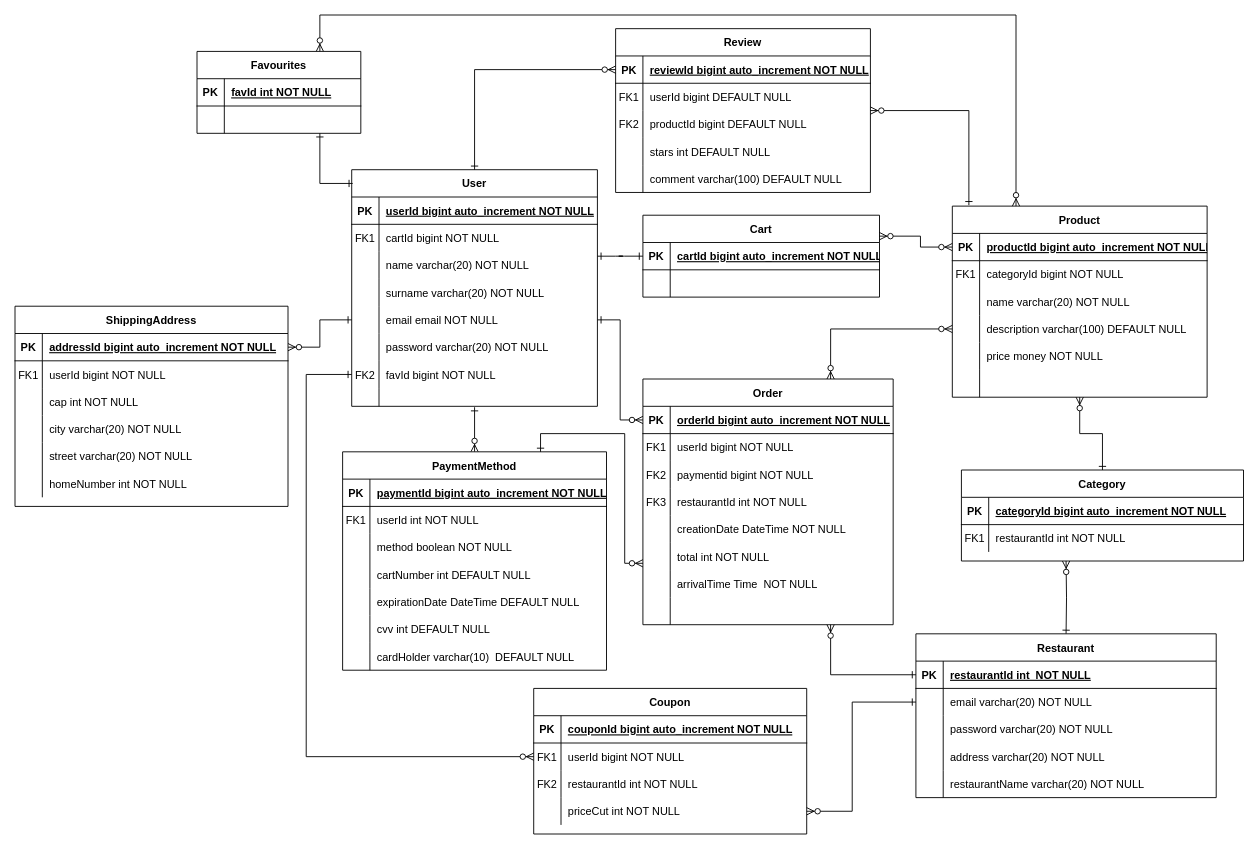
Flacaro/TasteIt keeps this draw.io diagram as documentazione/Diagrammi/Er(1).drawio. Above is the earlier version. Source tidied: cells renumbered, new cells numbered last; positions are measured from the earlier drawing's top-left corner, leaving out a move shared by most shapes. Both pictures are drawn from the tidied source at 91%, with x=0, y=0 at pixel (15, 15).
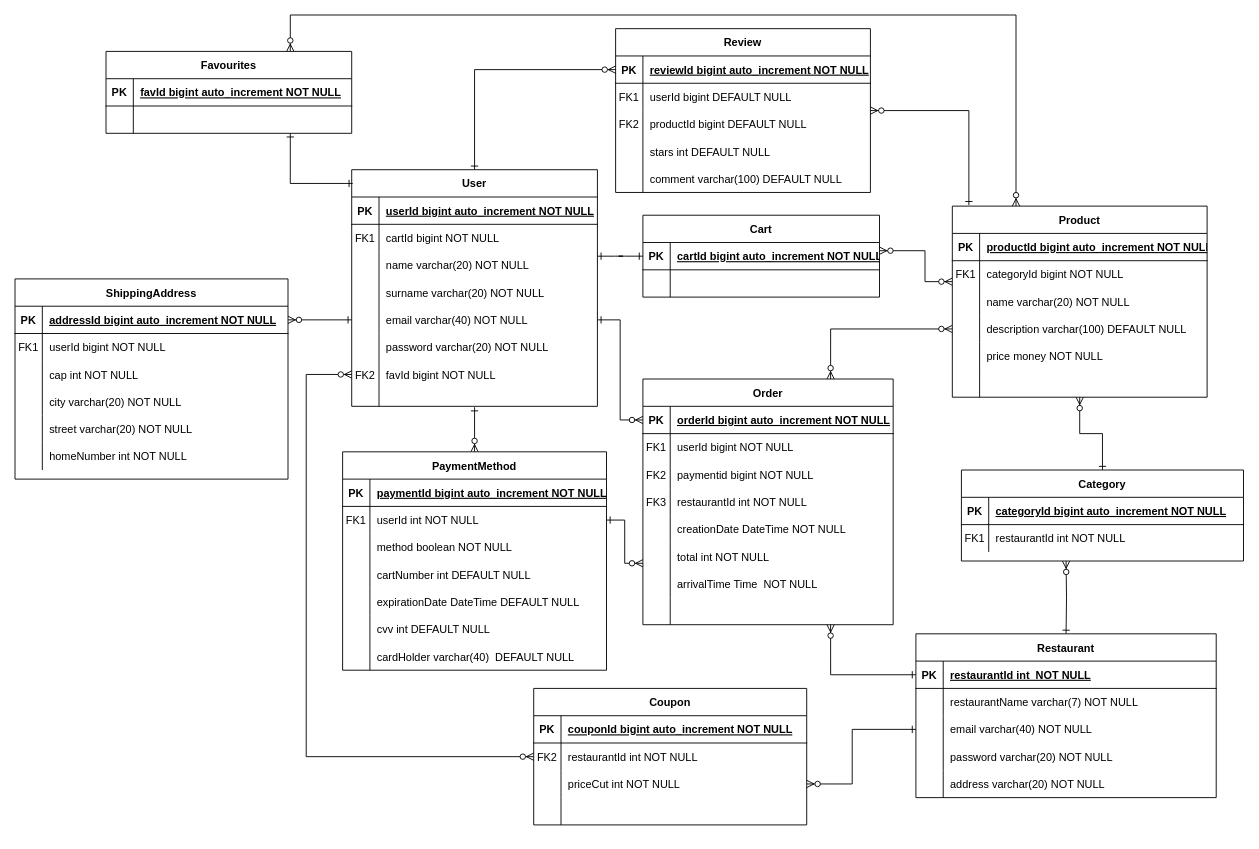
The same page after the edit.

Unchanged cells that the change refers to:
```xml
<mxCell id="3" value="User" style="shape=table;startSize=30;childLayout=tableLayout;rowLines=0;fontStyle=1;align=center;" parent="1" vertex="1">
  <mxGeometry x="370" y="170" width="270" height="260" as="geometry" />
</mxCell>
<mxCell id="16" style="shape=partialRectangle;fillColor=none;points=[[0,0.5],[1,0.5]];portConstraint=eastwest;top=0;left=0;right=0;bottom=0;" parent="3" vertex="1">
  <mxGeometry y="150" width="270" height="30" as="geometry" />
</mxCell>
<mxCell id="22" style="shape=partialRectangle;fillColor=none;points=[[0,0.5],[1,0.5]];portConstraint=eastwest;top=0;left=0;right=0;bottom=0;" parent="3" vertex="1">
  <mxGeometry y="210" width="270" height="30" as="geometry" />
</mxCell>
<mxCell id="36" value="PaymentMethod" style="shape=table;startSize=30;childLayout=tableLayout;rowLines=0;fontStyle=1;align=center;" parent="1" vertex="1">
  <mxGeometry x="360" y="480" width="290" height="240" as="geometry" />
</mxCell>
<mxCell id="40" style="shape=partialRectangle;fillColor=none;top=0;left=0;bottom=0;right=0;points=[[0,0.5],[1,0.5]];portConstraint=eastwest;" parent="36" vertex="1">
  <mxGeometry y="60" width="290" height="30" as="geometry" />
</mxCell>
<mxCell id="55" style="shape=partialRectangle;fillColor=none;top=0;left=0;bottom=0;right=0;" parent="36" vertex="1">
  <mxGeometry y="210" width="290" height="30" as="geometry" />
</mxCell>
<mxCell id="60" value="Order" style="shape=table;startSize=30;childLayout=tableLayout;rowLines=0;fontStyle=1;align=center;" parent="1" vertex="1">
  <mxGeometry x="690" y="400" width="275" height="270" as="geometry" />
</mxCell>
<mxCell id="87" value="Product" style="shape=table;startSize=30;childLayout=tableLayout;rowLines=0;fontStyle=1;align=center;" parent="1" vertex="1">
  <mxGeometry x="1030" y="210" width="280" height="210" as="geometry" />
</mxCell>
<mxCell id="88" style="shape=partialRectangle;fillColor=none;top=0;left=0;bottom=1;right=0;points=[[0,0.5],[1,0.5]];portConstraint=eastwest;" parent="87" vertex="1">
  <mxGeometry y="30" width="280" height="30" as="geometry" />
</mxCell>
<mxCell id="116" value="Restaurant" style="shape=table;startSize=30;childLayout=tableLayout;rowLines=0;fontStyle=1;align=center;" parent="1" vertex="1">
  <mxGeometry x="990" y="680" width="330" height="180" as="geometry" />
</mxCell>
```

Change to the diagram source:
```diff
@@
-    <mxCell id="18" value="email email NOT NULL" style="shape=partialRectangle;overflow=hidden;fillColor=none;top=0;left=0;bottom=0;right=0;align=left;spacingLeft=6;" parent="16" vertex="1">
+    <mxCell id="18" value="email varchar(40) NOT NULL" style="shape=partialRectangle;overflow=hidden;fillColor=none;top=0;left=0;bottom=0;right=0;align=left;spacingLeft=6;" parent="16" vertex="1">
       <mxGeometry x="30" width="240" height="30" as="geometry" />
     </mxCell>
@@
-    <mxCell id="57" value="cardHolder varchar(10)  DEFAULT NULL" style="shape=partialRectangle;fillColor=none;top=0;left=0;bottom=0;right=0;align=left;spacingLeft=6;overflow=hidden;" parent="55" vertex="1">
+    <mxCell id="57" value="cardHolder varchar(40)  DEFAULT NULL" style="shape=partialRectangle;fillColor=none;top=0;left=0;bottom=0;right=0;align=left;spacingLeft=6;overflow=hidden;" parent="55" vertex="1">
       <mxGeometry x="30" width="260" height="30" as="geometry" />
     </mxCell>
-    <mxCell id="58" style="edgeStyle=orthogonalEdgeStyle;rounded=0;jettySize=auto;html=1;exitX=0;exitY=0.75;exitDx=0;exitDy=0;entryX=0.75;entryY=0;entryDx=0;entryDy=0;startArrow=ERzeroToMany;startFill=1;endArrow=ERone;endFill=0;" parent="1" edge="1" source="60" target="36">
+    <mxCell id="58" style="edgeStyle=orthogonalEdgeStyle;rounded=0;jettySize=auto;html=1;exitX=0;exitY=0.75;exitDx=0;exitDy=0;entryX=1;entryY=0.5;entryDx=0;entryDy=0;startArrow=ERzeroToMany;startFill=1;endArrow=ERone;endFill=0;" parent="1" edge="1" source="60" target="40">
       <mxGeometry relative="1" as="geometry" />
     </mxCell>
@@
-    <mxCell id="106" style="edgeStyle=orthogonalEdgeStyle;rounded=0;jettySize=auto;html=1;exitX=0;exitY=0.5;exitDx=0;exitDy=0;startArrow=ERzeroToMany;startFill=1;endArrow=ERzeroToMany;endFill=1;" parent="1" edge="1" source="88">
+    <mxCell id="106" style="edgeStyle=orthogonalEdgeStyle;rounded=0;orthogonalLoop=1;jettySize=auto;html=1;startArrow=ERzeroToMany;startFill=1;endArrow=ERzeroToMany;endFill=1;" parent="1" edge="1">
       <mxGeometry relative="1" as="geometry">
-        <mxPoint x="950" y="243" as="targetPoint" />
+        <mxPoint x="1030" y="293" as="sourcePoint" />
+        <mxPoint x="950" y="259" as="targetPoint" />
         <Array as="points">
-          <mxPoint x="995" y="255" />
-          <mxPoint x="995" y="243" />
+          <mxPoint x="1000" y="293" />
+          <mxPoint x="1000" y="259" />
         </Array>
       </mxGeometry>
     </mxCell>
@@
+    <mxCell id="129" style="shape=partialRectangle;fillColor=none;top=0;left=0;bottom=0;right=0;" parent="116" vertex="1">
+      <mxGeometry y="60" width="330" height="30" as="geometry" />
+    </mxCell>
+    <mxCell id="130" style="shape=partialRectangle;fillColor=none;top=0;left=0;bottom=0;right=0;overflow=hidden;" parent="129" vertex="1">
+      <mxGeometry width="30" height="30" as="geometry" />
+    </mxCell>
+    <mxCell id="131" value="restaurantName varchar(7) NOT NULL" style="shape=partialRectangle;fillColor=none;top=0;left=0;bottom=0;right=0;align=left;spacingLeft=6;overflow=hidden;" parent="129" vertex="1">
+      <mxGeometry x="30" width="300" height="30" as="geometry" />
+    </mxCell>
     <mxCell id="120" style="shape=partialRectangle;fillColor=none;top=0;left=0;bottom=0;right=0;points=[[0,0.5],[1,0.5]];portConstraint=eastwest;" parent="116" vertex="1">
-      <mxGeometry y="60" width="330" height="30" as="geometry" />
+      <mxGeometry y="90" width="330" height="30" as="geometry" />
     </mxCell>
@@
-    <mxCell id="122" value="email varchar(20) NOT NULL" style="shape=partialRectangle;fillColor=none;top=0;left=0;bottom=0;right=0;align=left;spacingLeft=6;overflow=hidden;" parent="120" vertex="1">
+    <mxCell id="122" value="email varchar(40) NOT NULL" style="shape=partialRectangle;fillColor=none;top=0;left=0;bottom=0;right=0;align=left;spacingLeft=6;overflow=hidden;" parent="120" vertex="1">
       <mxGeometry x="30" width="300" height="30" as="geometry" />
     </mxCell>
     <mxCell id="123" style="shape=partialRectangle;fillColor=none;top=0;left=0;bottom=0;right=0;" parent="116" vertex="1">
-      <mxGeometry y="90" width="330" height="30" as="geometry" />
+      <mxGeometry y="120" width="330" height="30" as="geometry" />
     </mxCell>
@@
     <mxCell id="126" style="shape=partialRectangle;fillColor=none;top=0;left=0;bottom=0;right=0;" parent="116" vertex="1">
-      <mxGeometry y="120" width="330" height="30" as="geometry" />
+      <mxGeometry y="150" width="330" height="30" as="geometry" />
     </mxCell>
@@
-    <mxCell id="129" style="shape=partialRectangle;fillColor=none;top=0;left=0;bottom=0;right=0;" parent="116" vertex="1">
-      <mxGeometry y="150" width="330" height="30" as="geometry" />
-    </mxCell>
-    <mxCell id="130" style="shape=partialRectangle;fillColor=none;top=0;left=0;bottom=0;right=0;overflow=hidden;" parent="129" vertex="1">
-      <mxGeometry width="30" height="30" as="geometry" />
-    </mxCell>
-    <mxCell id="131" value="restaurantName varchar(20) NOT NULL" style="shape=partialRectangle;fillColor=none;top=0;left=0;bottom=0;right=0;align=left;spacingLeft=6;overflow=hidden;" parent="129" vertex="1">
-      <mxGeometry x="30" width="300" height="30" as="geometry" />
-    </mxCell>
     <mxCell id="132" value="Coupon" style="shape=table;startSize=30;childLayout=tableLayout;rowLines=0;fontStyle=1;align=center;" parent="1" vertex="1">
-      <mxGeometry x="570" y="740" width="300" height="160" as="geometry" />
+      <mxGeometry x="570" y="740" width="300" height="150" as="geometry" />
     </mxCell>
@@
-    <mxCell id="136" style="shape=partialRectangle;fillColor=none;top=0;left=0;bottom=0;right=0;points=[[0,0.5],[1,0.5]];portConstraint=eastwest;" parent="132" vertex="1">
-      <mxGeometry y="60" width="300" height="30" as="geometry" />
-    </mxCell>
-    <mxCell id="137" value="FK1" style="shape=partialRectangle;fillColor=none;top=0;left=0;bottom=0;right=0;overflow=hidden;" parent="136" vertex="1">
-      <mxGeometry width="30" height="30" as="geometry" />
-    </mxCell>
-    <mxCell id="138" value="userId bigint NOT NULL" style="shape=partialRectangle;fillColor=none;top=0;left=0;bottom=0;right=0;align=left;spacingLeft=6;overflow=hidden;" parent="136" vertex="1">
-      <mxGeometry x="30" width="270" height="30" as="geometry" />
-    </mxCell>
     <mxCell id="139" style="shape=partialRectangle;fillColor=none;top=0;left=0;bottom=0;right=0;points=[[0,0.5],[1,0.5]];portConstraint=eastwest;" parent="132" vertex="1">
-      <mxGeometry y="90" width="300" height="30" as="geometry" />
+      <mxGeometry y="60" width="300" height="30" as="geometry" />
     </mxCell>
@@
     <mxCell id="142" style="shape=partialRectangle;fillColor=none;top=0;left=0;bottom=0;right=0;points=[[0,0.5],[1,0.5]];portConstraint=eastwest;" parent="132" vertex="1">
-      <mxGeometry y="120" width="300" height="30" as="geometry" />
+      <mxGeometry y="90" width="300" height="30" as="geometry" />
     </mxCell>
@@
+    <mxCell id="136" style="shape=partialRectangle;fillColor=none;top=0;left=0;bottom=0;right=0;points=[[0,0.5],[1,0.5]];portConstraint=eastwest;" parent="132" vertex="1">
+      <mxGeometry y="120" width="300" height="30" as="geometry" />
+    </mxCell>
+    <mxCell id="137" style="shape=partialRectangle;fillColor=none;top=0;left=0;bottom=0;right=0;overflow=hidden;" parent="136" vertex="1">
+      <mxGeometry width="30" height="30" as="geometry" />
+    </mxCell>
+    <mxCell id="138" style="shape=partialRectangle;fillColor=none;top=0;left=0;bottom=0;right=0;align=left;spacingLeft=6;overflow=hidden;" parent="136" vertex="1">
+      <mxGeometry x="30" width="270" height="30" as="geometry" />
+    </mxCell>
     <mxCell id="145" style="edgeStyle=orthogonalEdgeStyle;rounded=0;jettySize=auto;html=1;entryX=1;entryY=0.5;entryDx=0;entryDy=0;startArrow=ERone;startFill=0;endArrow=ERzeroToMany;endFill=1;exitX=0;exitY=0.5;exitDx=0;exitDy=0;" parent="1" edge="1" source="120" target="142">
       <mxGeometry relative="1" as="geometry">
         <Array as="points">
-          <mxPoint x="920" y="755" />
-          <mxPoint x="920" y="875" />
+          <mxPoint x="920" y="785" />
+          <mxPoint x="920" y="845" />
         </Array>
       </mxGeometry>
     </mxCell>
-    <mxCell id="146" style="edgeStyle=orthogonalEdgeStyle;rounded=0;jettySize=auto;html=1;entryX=0;entryY=0.5;entryDx=0;entryDy=0;startArrow=ERone;startFill=0;endArrow=ERzeroToMany;endFill=1;exitX=0;exitY=0.5;exitDx=0;exitDy=0;" parent="1" edge="1" source="22" target="136">
+    <mxCell id="146" style="edgeStyle=orthogonalEdgeStyle;rounded=0;jettySize=auto;html=1;startArrow=ERzeroToMany;startFill=1;endArrow=ERzeroToMany;endFill=1;exitX=0;exitY=0.5;exitDx=0;exitDy=0;entryX=0;entryY=0.5;entryDx=0;entryDy=0;" parent="1" edge="1" source="22" target="139">
       <mxGeometry relative="1" as="geometry">
         <Array as="points">
           <mxPoint x="320" y="395" />
           <mxPoint x="320" y="815" />
         </Array>
       </mxGeometry>
     </mxCell>
     <mxCell id="147" value="ShippingAddress" style="shape=table;startSize=30;childLayout=tableLayout;rowLines=0;fontStyle=1;align=center;" parent="1" vertex="1">
-      <mxGeometry y="320" width="300" height="220" as="geometry" />
+      <mxGeometry y="290" width="300" height="220" as="geometry" />
     </mxCell>
@@
     <mxCell id="167" style="edgeStyle=orthogonalEdgeStyle;rounded=0;jettySize=auto;html=1;exitX=0.75;exitY=1;exitDx=0;exitDy=0;entryX=0.004;entryY=0.058;entryDx=0;entryDy=0;entryPerimeter=0;startArrow=ERone;startFill=0;endArrow=ERone;endFill=0;" parent="1" edge="1" source="169" target="3">
       <mxGeometry relative="1" as="geometry">
         <Array as="points">
-          <mxPoint x="335" y="185" />
+          <mxPoint x="303" y="185" />
         </Array>
       </mxGeometry>
     </mxCell>
     <mxCell id="168" style="edgeStyle=orthogonalEdgeStyle;rounded=0;jettySize=auto;html=1;exitX=0.75;exitY=0;exitDx=0;exitDy=0;entryX=0.25;entryY=0;entryDx=0;entryDy=0;startArrow=ERzeroToMany;startFill=1;endArrow=ERzeroToMany;endFill=1;" parent="1" edge="1" source="169" target="87">
       <mxGeometry relative="1" as="geometry">
         <Array as="points">
-          <mxPoint x="335" />
+          <mxPoint x="303" />
           <mxPoint x="1100" />
         </Array>
       </mxGeometry>
     </mxCell>
     <mxCell id="169" value="Favourites" style="shape=table;startSize=30;childLayout=tableLayout;rowLines=0;fontStyle=1;align=center;" parent="1" vertex="1">
-      <mxGeometry x="200" y="40" width="180" height="90" as="geometry" />
+      <mxGeometry x="100" y="40" width="270" height="90" as="geometry" />
     </mxCell>
     <mxCell id="170" style="shape=partialRectangle;fillColor=none;top=0;left=0;bottom=1;right=0;" parent="169" vertex="1">
-      <mxGeometry y="30" width="180" height="30" as="geometry" />
+      <mxGeometry y="30" width="270" height="30" as="geometry" />
     </mxCell>
@@
-    <mxCell id="172" value="favId int NOT NULL" style="shape=partialRectangle;fillColor=none;top=0;left=0;bottom=0;right=0;align=left;spacingLeft=6;fontStyle=5;overflow=hidden;" parent="170" vertex="1">
-      <mxGeometry x="30" width="150" height="30" as="geometry" />
+    <mxCell id="172" value="favId bigint auto_increment NOT NULL" style="shape=partialRectangle;fillColor=none;top=0;left=0;bottom=0;right=0;align=left;spacingLeft=6;fontStyle=5;overflow=hidden;" parent="170" vertex="1">
+      <mxGeometry x="30" width="240" height="30" as="geometry" />
     </mxCell>
     <mxCell id="173" style="shape=partialRectangle;fillColor=none;top=0;left=0;bottom=0;right=0;" parent="169" vertex="1">
-      <mxGeometry y="60" width="180" height="30" as="geometry" />
+      <mxGeometry y="60" width="270" height="30" as="geometry" />
     </mxCell>
@@
     <mxCell id="175" style="shape=partialRectangle;fillColor=none;top=0;left=0;bottom=0;right=0;align=left;spacingLeft=6;overflow=hidden;" parent="173" vertex="1">
-      <mxGeometry x="30" width="150" height="30" as="geometry" />
+      <mxGeometry x="30" width="240" height="30" as="geometry" />
     </mxCell>
```
